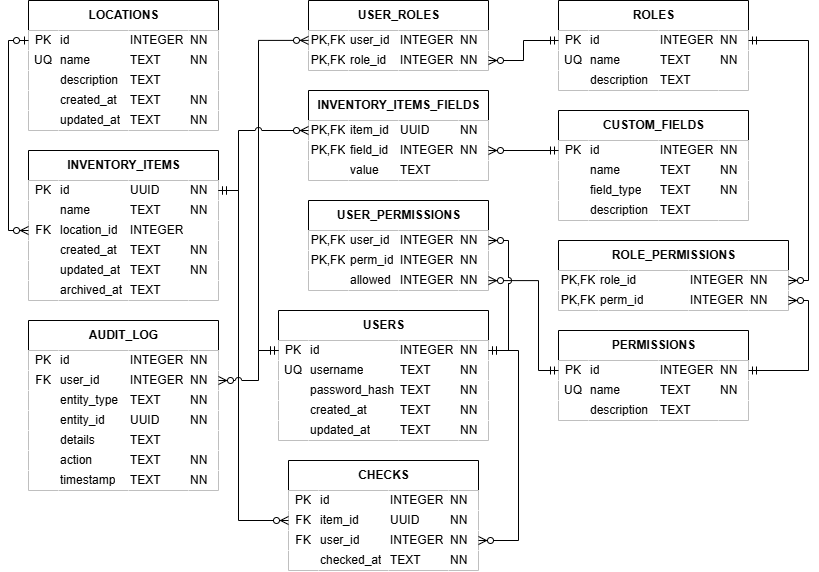
This is docs/inventory-management.png from nemoe7/asset-tracker, a draw.io export, as it was before one commit. Source tidied: cells renumbered, new cells last; positions are measured from the earlier drawing's top-left corner, leaving out a move shared by most shapes.
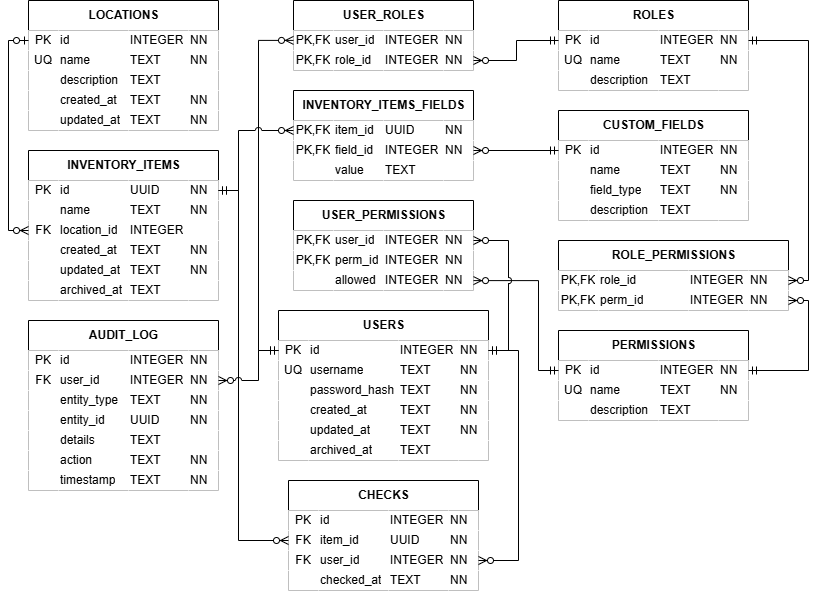
After the commit.

Commit message:
feat(database): add archived_at column to users table

Change to the diagram source:
```diff
@@ -3,7 +3,7 @@
     <mxCell id="0" />
     <mxCell id="1" parent="0" />
     <mxCell id="2" value="USERS" style="shape=table;startSize=30;rowLines=0;fontStyle=1;align=center;swimlaneFillColor=none;swimlaneLine=1;rounded=0;shadow=0;columnLines=0;html=1;spacing=0;spacingTop=0;spacingLeft=0;spacingBottom=0;" parent="1" vertex="1">
-      <mxGeometry x="270" y="310" width="210" height="130" as="geometry" />
+      <mxGeometry x="270" y="310" width="210" height="150" as="geometry" />
     </mxCell>
     <mxCell id="3" style="shape=tableRow;horizontal=0;startSize=0;swimlaneHead=0;swimlaneBody=0;points=[[0,0.5],[1,0.5]];portConstraint=eastwest;top=0;left=0;right=0;bottom=0;spacingLeft=0;spacingBottom=0;spacingTop=0;" parent="2" vertex="1">
       <mxGeometry y="30" width="210" height="20" as="geometry" />
@@ -80,6 +80,21 @@
     <mxCell id="27" value="NN" style="shape=partialRectangle;top=0;left=0;bottom=0;right=0;align=left;spacingLeft=0;overflow=hidden;whiteSpace=wrap;html=1;spacingBottom=0;spacingTop=0;" parent="23" vertex="1">
       <mxGeometry x="180" width="30" height="20" as="geometry" />
     </mxCell>
+    <mxCell id="261" style="shape=tableRow;horizontal=0;startSize=0;swimlaneHead=0;swimlaneBody=0;top=0;left=0;right=0;bottom=0;spacingLeft=0;spacingBottom=0;spacingTop=0;" parent="2" vertex="1">
+      <mxGeometry y="130" width="210" height="20" as="geometry" />
+    </mxCell>
+    <mxCell id="262" style="shape=partialRectangle;top=0;left=0;bottom=0;right=0;overflow=hidden;whiteSpace=wrap;html=1;spacingLeft=0;spacingBottom=0;spacingTop=0;" parent="261" vertex="1">
+      <mxGeometry width="30" height="20" as="geometry" />
+    </mxCell>
+    <mxCell id="263" value="archived_at" style="shape=partialRectangle;top=0;left=0;bottom=0;right=0;align=left;spacingLeft=0;overflow=hidden;whiteSpace=wrap;html=1;spacingBottom=0;spacingTop=0;" parent="261" vertex="1">
+      <mxGeometry x="30" width="90" height="20" as="geometry" />
+    </mxCell>
+    <mxCell id="264" value="TEXT" style="shape=partialRectangle;top=0;left=0;bottom=0;right=0;align=left;spacingLeft=0;overflow=hidden;whiteSpace=wrap;html=1;spacingBottom=0;spacingTop=0;" parent="261" vertex="1">
+      <mxGeometry x="120" width="60" height="20" as="geometry" />
+    </mxCell>
+    <mxCell id="265" style="shape=partialRectangle;top=0;left=0;bottom=0;right=0;align=left;spacingLeft=0;overflow=hidden;whiteSpace=wrap;html=1;spacingBottom=0;spacingTop=0;" parent="261" vertex="1">
+      <mxGeometry x="180" width="30" height="20" as="geometry" />
+    </mxCell>
     <mxCell id="28" value="ROLES" style="shape=table;startSize=30;rowLines=0;fontStyle=1;align=center;swimlaneFillColor=none;swimlaneLine=1;rounded=0;shadow=0;columnLines=0;html=1;spacing=0;spacingTop=0;spacingLeft=0;spacingBottom=0;" parent="1" vertex="1">
       <mxGeometry x="550" width="190" height="90" as="geometry" />
     </mxCell>
@@ -177,7 +192,7 @@
       <mxGeometry x="160" width="30" height="20" as="geometry" />
     </mxCell>
     <mxCell id="60" value="USER_ROLES" style="shape=table;startSize=30;rowLines=0;fontStyle=1;align=center;swimlaneFillColor=none;swimlaneLine=1;rounded=0;shadow=0;columnLines=0;html=1;spacing=0;spacingTop=0;spacingLeft=0;spacingBottom=0;" parent="1" vertex="1">
-      <mxGeometry x="300" width="180" height="70" as="geometry" />
+      <mxGeometry x="285" width="180" height="70" as="geometry" />
     </mxCell>
     <mxCell id="61" style="shape=tableRow;horizontal=0;startSize=0;swimlaneHead=0;swimlaneBody=0;points=[[0,0.5],[1,0.5]];portConstraint=eastwest;top=0;left=0;right=0;bottom=0;spacingLeft=0;spacingBottom=0;spacingTop=0;" parent="60" vertex="1">
       <mxGeometry y="30" width="180" height="20" as="geometry" />
@@ -243,7 +258,7 @@
       <mxGeometry x="190" width="40" height="20" as="geometry" />
     </mxCell>
     <mxCell id="82" value="USER_PERMISSIONS" style="shape=table;startSize=30;rowLines=0;fontStyle=1;align=center;swimlaneFillColor=none;swimlaneLine=1;rounded=0;shadow=0;columnLines=0;html=1;spacing=0;spacingTop=0;spacingLeft=0;spacingBottom=0;" parent="1" vertex="1">
-      <mxGeometry x="300" y="200" width="180" height="90" as="geometry" />
+      <mxGeometry x="285" y="200" width="180" height="90" as="geometry" />
     </mxCell>
     <mxCell id="83" style="shape=tableRow;horizontal=0;startSize=0;swimlaneHead=0;swimlaneBody=0;points=[[0,0.5],[1,0.5]];portConstraint=eastwest;top=0;left=0;right=0;bottom=0;spacingLeft=0;spacingBottom=0;spacingTop=0;" parent="82" vertex="1">
       <mxGeometry y="30" width="180" height="20" as="geometry" />
@@ -525,7 +540,7 @@
       <mxGeometry x="160" width="30" height="20" as="geometry" />
     </mxCell>
     <mxCell id="176" value="INVENTORY_ITEMS_FIELDS" style="shape=table;startSize=30;rowLines=0;fontStyle=1;align=center;swimlaneFillColor=none;swimlaneLine=1;rounded=0;shadow=0;columnLines=0;html=1;spacing=0;spacingTop=0;spacingLeft=0;spacingBottom=0;" parent="1" vertex="1">
-      <mxGeometry x="300" y="90" width="180" height="90" as="geometry" />
+      <mxGeometry x="285" y="90" width="180" height="90" as="geometry" />
     </mxCell>
     <mxCell id="177" style="shape=tableRow;horizontal=0;startSize=0;swimlaneHead=0;swimlaneBody=0;points=[[0,0.5],[1,0.5]];portConstraint=eastwest;top=0;left=0;right=0;bottom=0;spacingLeft=0;spacingBottom=0;spacingTop=0;" parent="176" vertex="1">
       <mxGeometry y="30" width="180" height="20" as="geometry" />
@@ -573,7 +588,7 @@
       <mxGeometry x="150" width="30" height="20" as="geometry" />
     </mxCell>
     <mxCell id="192" value="CHECKS" style="shape=table;startSize=30;rowLines=0;fontStyle=1;align=center;swimlaneFillColor=none;swimlaneLine=1;rounded=0;shadow=0;columnLines=0;html=1;spacing=0;spacingTop=0;spacingLeft=0;spacingBottom=0;" parent="1" vertex="1">
-      <mxGeometry x="280" y="460" width="190" height="110" as="geometry" />
+      <mxGeometry x="280" y="480" width="190" height="110" as="geometry" />
     </mxCell>
     <mxCell id="193" style="shape=tableRow;horizontal=0;startSize=0;swimlaneHead=0;swimlaneBody=0;top=0;left=0;right=0;bottom=0;spacingLeft=0;spacingBottom=0;spacingTop=0;" parent="192" vertex="1">
       <mxGeometry y="30" width="190" height="20" as="geometry" />
@@ -754,8 +769,8 @@
     <mxCell id="250" style="edgeStyle=orthogonalEdgeStyle;fontSize=12;html=1;endArrow=ERzeroToMany;startArrow=ERmandOne;rounded=0;jumpStyle=arc;libavoidRouting=1;" parent="1" edge="1" source="29" target="66">
       <mxGeometry relative="1" as="geometry">
         <Array as="points">
-          <mxPoint x="515" y="40" />
-          <mxPoint x="515" y="60" />
+          <mxPoint x="508" y="40" />
+          <mxPoint x="508" y="60" />
         </Array>
       </mxGeometry>
     </mxCell>
@@ -819,7 +834,7 @@
       <mxGeometry relative="1" as="geometry">
         <Array as="points">
           <mxPoint x="230" y="190" />
-          <mxPoint x="230" y="520" />
+          <mxPoint x="230" y="540" />
         </Array>
       </mxGeometry>
     </mxCell>
@@ -827,7 +842,7 @@
       <mxGeometry relative="1" as="geometry">
         <Array as="points">
           <mxPoint x="510" y="350" />
-          <mxPoint x="510" y="540" />
+          <mxPoint x="510" y="560" />
         </Array>
       </mxGeometry>
     </mxCell>
```
